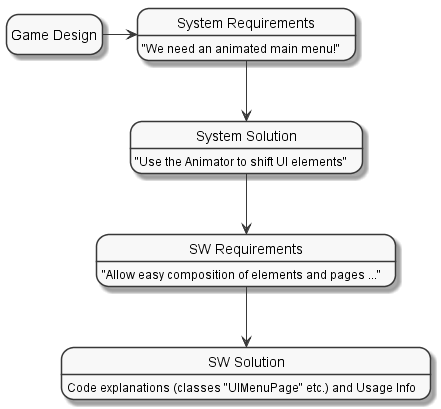
The PlantUML diagram inline_umlgraph_2.png in TheRoot89/BomberUnitsDocu, before a commit.
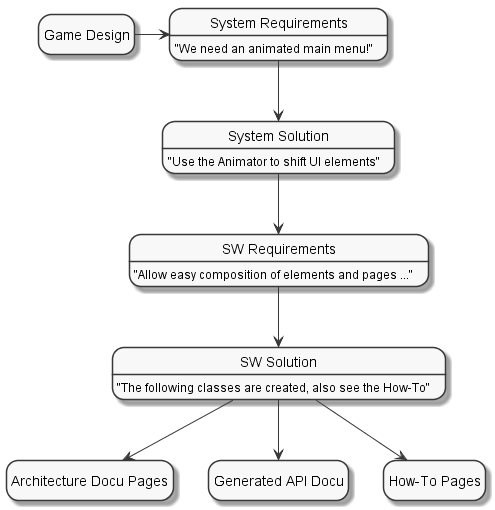
After the commit.

Change to the diagram source:
```diff
@@ -9,11 +9,17 @@
 state "System Requirements" as SystemRequirements : "We need an animated main menu!"
 state "System Solution" as SystemSolution : "Use the Animator to shift UI elements"
 state "SW Requirements" as SWRequirements : "Allow easy composition of elements and pages ..."
-state "SW Solution" as SWSolution : Code explanations (classes "UIMenuPage" etc.) and Usage Info
+state "SW Solution" as SWSolution : "The following classes are created, also see the How-To"
+state "Architecture Docu Pages" as Arch
+state "Generated API Docu" as GenAPI
+state "How-To Pages" as HowTos
 
 GameDesign -> SystemRequirements
 SystemRequirements --> SystemSolution
 SystemSolution --> SWRequirements
 SWRequirements --> SWSolution
+SWSolution --> Arch
+SWSolution --> GenAPI
+SWSolution --> HowTos
 
 @enduml
```
